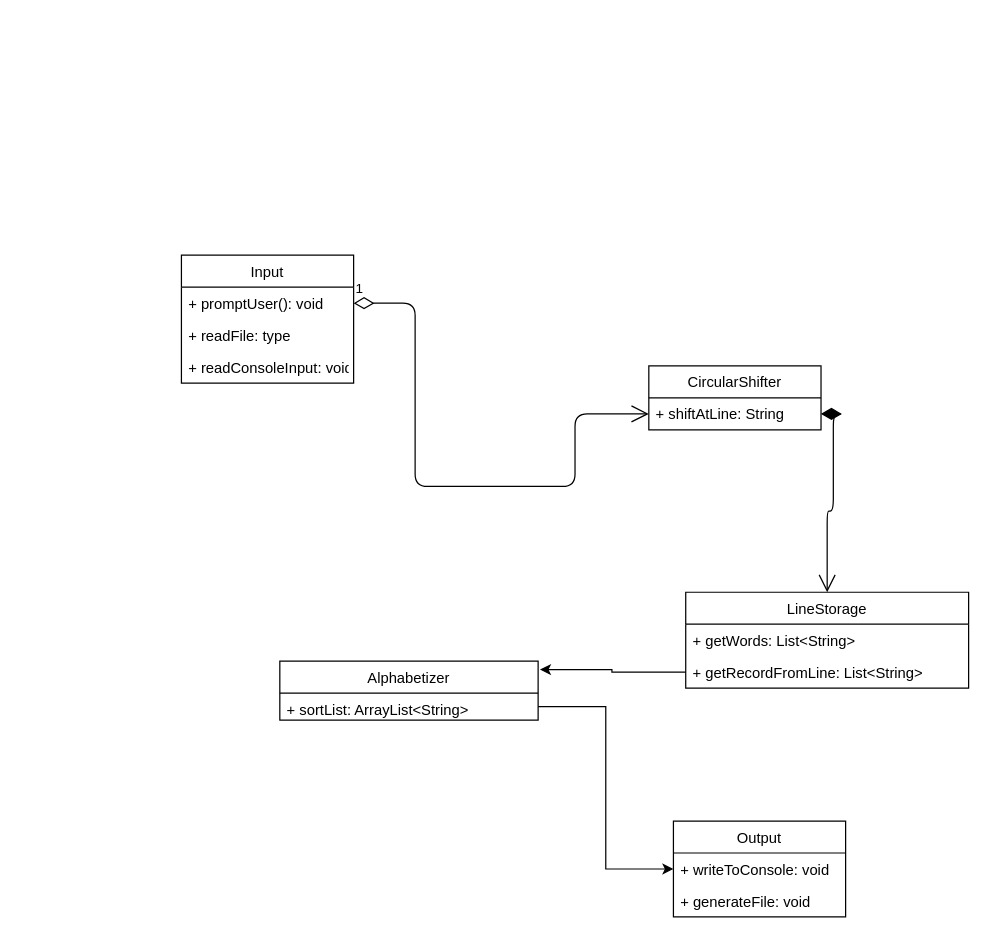
This is src/Untitled Diagram.drawio from montyxrizzo/KWIC, a draw.io file, before an edit. Source tidied: cells renumbered, new cells numbered last; positions are measured from the earlier drawing's top-left corner, leaving out a move shared by most shapes. Both pictures are drawn from the tidied source at 123%, with x=0, y=0 at pixel (181, 255).
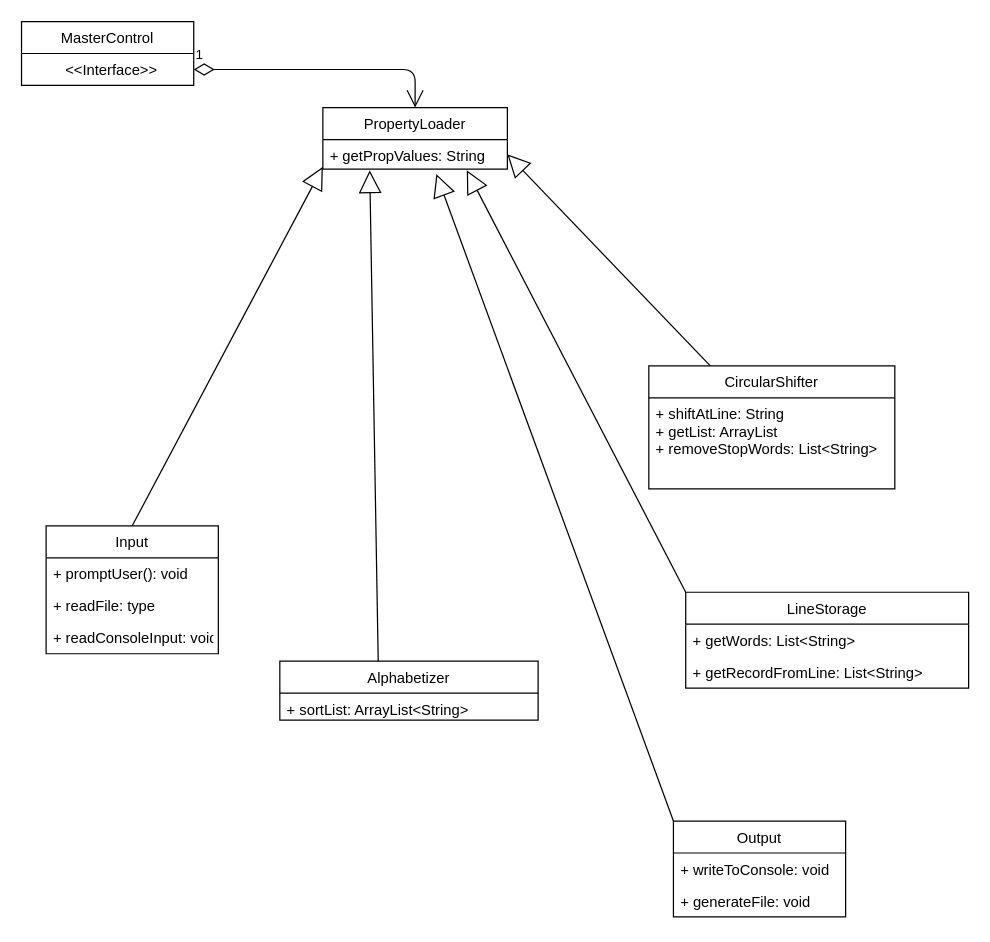
Above is the later version.

Unchanged cells that the change refers to:
```xml
<mxCell id="2" value="LineStorage" style="swimlane;fontStyle=0;horizontal=1;startSize=26;fillColor=none;" parent="1" vertex="1">
  <mxGeometry x="410" y="274" width="230" height="78" as="geometry" />
</mxCell>
<mxCell id="4" value="+ getRecordFromLine: List&lt;String&gt;&#10;" style="text;strokeColor=none;fillColor=none;align=left;verticalAlign=top;spacingLeft=4;spacingRight=4;overflow=hidden;points=[[0,0.5],[1,0.5]];portConstraint=eastwest;" parent="2" vertex="1">
  <mxGeometry y="52" width="230" height="26" as="geometry" />
</mxCell>
<mxCell id="6" value="+ promptUser(): void" style="text;strokeColor=none;fillColor=none;align=left;verticalAlign=top;spacingLeft=4;spacingRight=4;overflow=hidden;points=[[0,0.5],[1,0.5]];portConstraint=eastwest;" parent="5" vertex="1">
  <mxGeometry y="26" width="140" height="26" as="geometry" />
</mxCell>
<mxCell id="9" value="Output" style="swimlane;fontStyle=0;horizontal=1;startSize=26;fillColor=none;" parent="1" vertex="1">
  <mxGeometry x="400" y="460" width="140" height="78" as="geometry" />
</mxCell>
<mxCell id="10" value="+ writeToConsole: void" style="text;strokeColor=none;fillColor=none;align=left;verticalAlign=top;spacingLeft=4;spacingRight=4;overflow=hidden;points=[[0,0.5],[1,0.5]];portConstraint=eastwest;" parent="9" vertex="1">
  <mxGeometry y="26" width="140" height="26" as="geometry" />
</mxCell>
<mxCell id="14" value="Alphabetizer" style="swimlane;fontStyle=0;horizontal=1;startSize=26;fillColor=none;" parent="1" vertex="1">
  <mxGeometry x="80" y="330" width="210" height="48" as="geometry" />
</mxCell>
<mxCell id="15" value="+ sortList: ArrayList&lt;String&gt;" style="text;strokeColor=none;fillColor=none;align=left;verticalAlign=top;spacingLeft=4;spacingRight=4;overflow=hidden;points=[[0,0.5],[1,0.5]];portConstraint=eastwest;" parent="14" vertex="1">
  <mxGeometry y="26" width="210" height="22" as="geometry" />
</mxCell>
```

Diff of the diagram source:
```diff
@@
     <mxCell id="5" value="Input" style="swimlane;fontStyle=0;horizontal=1;startSize=26;fillColor=none;" parent="1" vertex="1">
-      <mxGeometry width="140" height="104" as="geometry" />
+      <mxGeometry x="-110" y="220" width="140" height="104" as="geometry" />
     </mxCell>
+    <mxCell id="20" style="endArrow=block;endSize=16;endFill=0;html=1;entryX=0;entryY=1;entryDx=0;entryDy=0;entryPerimeter=0;" parent="5" edge="1">
+      <mxGeometry relative="1" as="geometry">
+        <mxPoint x="70" as="sourcePoint" />
+        <mxPoint x="225" y="-292" as="targetPoint" />
+      </mxGeometry>
+    </mxCell>
@@
     <mxCell id="12" value="CircularShifter" style="swimlane;fontStyle=0;horizontal=1;startSize=26;fillColor=none;" parent="1" vertex="1">
-      <mxGeometry x="380" y="90" width="140" height="52" as="geometry" />
+      <mxGeometry x="380" y="90" width="200" height="100" as="geometry" />
     </mxCell>
+    <mxCell id="21" style="endArrow=block;endSize=16;endFill=0;html=1;entryX=1;entryY=0.5;entryDx=0;entryDy=0;" parent="12" edge="1" target="24">
+      <mxGeometry relative="1" as="geometry">
+        <mxPoint x="50" as="sourcePoint" />
+      </mxGeometry>
+    </mxCell>
-    <mxCell id="13" value="+ shiftAtLine: String" style="text;strokeColor=none;fillColor=none;align=left;verticalAlign=top;spacingLeft=4;spacingRight=4;overflow=hidden;points=[[0,0.5],[1,0.5]];portConstraint=eastwest;" parent="12" vertex="1">
-      <mxGeometry y="26" width="140" height="26" as="geometry" />
+    <mxCell id="13" value="+ shiftAtLine: String&#10;+ getList: ArrayList&#10;+ removeStopWords: List&lt;String&gt;" style="text;strokeColor=none;fillColor=none;align=left;verticalAlign=top;spacingLeft=4;spacingRight=4;overflow=hidden;points=[[0,0.5],[1,0.5]];portConstraint=eastwest;" parent="12" vertex="1">
+      <mxGeometry y="26" width="200" height="74" as="geometry" />
     </mxCell>
@@
+    <mxCell id="22" style="endArrow=block;endSize=16;endFill=0;html=1;entryX=0.254;entryY=1.042;entryDx=0;entryDy=0;entryPerimeter=0;" parent="14" edge="1" target="24">
+      <mxGeometry relative="1" as="geometry">
+        <mxPoint x="80" as="sourcePoint" />
+      </mxGeometry>
+    </mxCell>
@@
+    <mxCell id="23" value="PropertyLoader" style="swimlane;fontStyle=0;horizontal=1;startSize=26;fillColor=none;" parent="1" vertex="1">
+      <mxGeometry x="115" y="-120" width="150" height="50" as="geometry" />
+    </mxCell>
+    <mxCell id="24" value="+ getPropValues: String" style="text;strokeColor=none;fillColor=none;align=left;verticalAlign=top;spacingLeft=4;spacingRight=4;overflow=hidden;points=[[0,0.5],[1,0.5]];portConstraint=eastwest;" parent="23" vertex="1">
+      <mxGeometry y="26" width="150" height="24" as="geometry" />
+    </mxCell>
+    <mxCell id="25" value="MasterControl" style="swimlane;fontStyle=0;horizontal=1;startSize=26;fillColor=none;" parent="1" vertex="1">
+      <mxGeometry x="-130" y="-190" width="140" height="52" as="geometry" />
+    </mxCell>
+    <mxCell id="26" value="         &lt;&lt;Interface&gt;&gt;" style="text;strokeColor=none;fillColor=none;align=left;verticalAlign=top;spacingLeft=4;spacingRight=4;overflow=hidden;points=[[0,0.5],[1,0.5]];portConstraint=eastwest;" parent="25" vertex="1">
+      <mxGeometry y="26" width="140" height="26" as="geometry" />
+    </mxCell>
+    <mxCell id="27" style="endArrow=block;endSize=16;endFill=0;html=1;entryX=0.836;entryY=1.115;entryDx=0;entryDy=0;entryPerimeter=0;exitX=0;exitY=0;exitDx=0;exitDy=0;" parent="1" edge="1" source="2">
+      <mxGeometry relative="1" as="geometry">
+        <mxPoint x="232" y="-69" as="targetPoint" />
+      </mxGeometry>
+    </mxCell>
+    <mxCell id="28" style="endArrow=block;endSize=16;endFill=0;html=1;exitX=0;exitY=0;exitDx=0;exitDy=0;entryX=0.615;entryY=1.167;entryDx=0;entryDy=0;entryPerimeter=0;" parent="1" edge="1" source="9" target="24">
+      <mxGeometry relative="1" as="geometry" />
+    </mxCell>
-    <mxCell id="16" value="1" style="endArrow=open;html=1;endSize=12;startArrow=diamondThin;startSize=14;startFill=0;edgeStyle=orthogonalEdgeStyle;align=left;verticalAlign=bottom;entryX=0;entryY=0.5;entryDx=0;entryDy=0;" parent="1" edge="1" source="6" target="13">
-      <mxGeometry x="-1" y="3" relative="1" as="geometry">
-        <Array as="points">
-          <mxPoint x="190" y="188" />
-          <mxPoint x="320" y="188" />
-          <mxPoint x="320" y="129" />
-        </Array>
-      </mxGeometry>
+    <mxCell id="16" value="1" style="endArrow=open;html=1;endSize=12;startArrow=diamondThin;startSize=14;startFill=0;edgeStyle=orthogonalEdgeStyle;align=left;verticalAlign=bottom;entryX=0.5;entryY=0;entryDx=0;entryDy=0;exitX=1;exitY=0.5;exitDx=0;exitDy=0;" parent="1" edge="1" source="26" target="23">
+      <mxGeometry x="-1" y="3" relative="1" as="geometry" />
     </mxCell>
-    <mxCell id="17" style="endArrow=open;html=1;endSize=12;startArrow=diamondThin;startSize=14;startFill=1;edgeStyle=orthogonalEdgeStyle;align=left;verticalAlign=bottom;" parent="1" edge="1" source="13" target="2">
-      <mxGeometry x="-1" y="3" relative="1" as="geometry" />
-    </mxCell>
-    <mxCell id="18" style="edgeStyle=orthogonalEdgeStyle;rounded=0;jettySize=auto;html=1;exitX=0;exitY=0.5;exitDx=0;exitDy=0;entryX=1.007;entryY=0.144;entryDx=0;entryDy=0;entryPerimeter=0;" parent="1" edge="1" source="4" target="14">
-      <mxGeometry relative="1" as="geometry" />
-    </mxCell>
-    <mxCell id="19" style="edgeStyle=orthogonalEdgeStyle;rounded=0;jettySize=auto;html=1;exitX=1;exitY=0.5;exitDx=0;exitDy=0;entryX=0;entryY=0.5;entryDx=0;entryDy=0;" parent="1" edge="1" source="15" target="10">
-      <mxGeometry relative="1" as="geometry" />
-    </mxCell>
```
